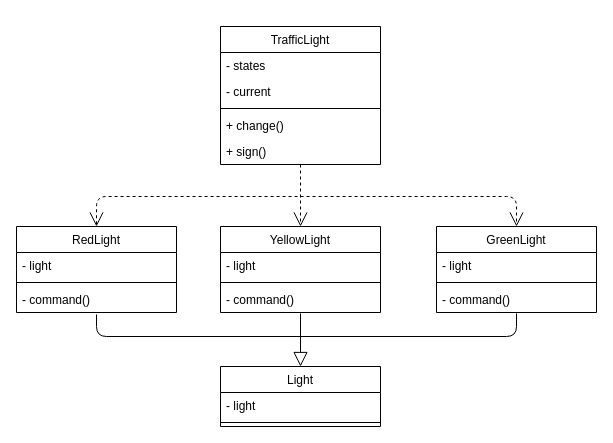
Earlier version of the draw.io diagram page "State" (15 of 20) of UML Diagrams.drawio (victor2996/Patterns). Source tidied: cells renumbered, new cells numbered last; positions are measured from the earlier drawing's top-left corner, leaving out a move shared by most shapes. Both pictures are drawn from the tidied source at 100%, with x=0, y=0 at pixel (16, 26).
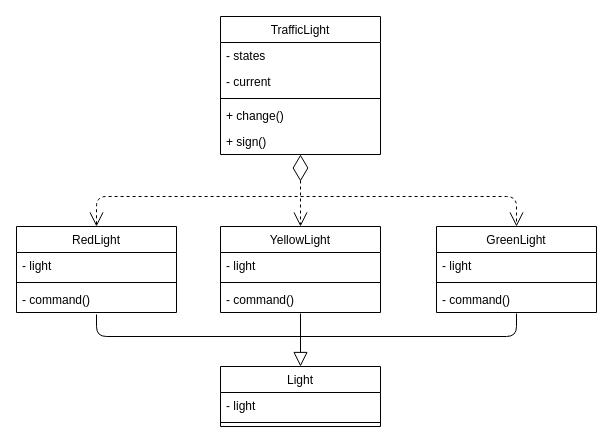
After the change.

Unchanged cells that the change refers to:
```xml
<mxCell id="7" value="+ sign()" style="text;strokeColor=none;fillColor=none;align=left;verticalAlign=top;spacingLeft=4;spacingRight=4;overflow=hidden;points=[[0,0.5],[1,0.5]];portConstraint=eastwest;" parent="2" vertex="1">
  <mxGeometry y="112" width="160" height="26" as="geometry" />
</mxCell>
<mxCell id="15" value="YellowLight" style="swimlane;fontStyle=0;align=center;verticalAlign=top;horizontal=1;startSize=26;" parent="1" vertex="1">
  <mxGeometry x="204" y="200" width="160" height="86" as="geometry" />
</mxCell>
```

Diff of the diagram source:
```diff
@@
     <mxCell id="2" value="TrafficLight" style="swimlane;fontStyle=0;align=center;verticalAlign=top;horizontal=1;startSize=26;" parent="1" vertex="1">
-      <mxGeometry x="204" width="160" height="138" as="geometry" />
+      <mxGeometry x="204" y="-10" width="160" height="138" as="geometry" />
     </mxCell>
@@
-    <mxCell id="26" style="endArrow=open;endFill=0;endSize=12;html=1;exitX=0.5;exitY=1;exitDx=0;exitDy=0;exitPerimeter=0;entryX=0.5;entryY=0;entryDx=0;entryDy=0;dashed=1;" parent="1" edge="1" source="7" target="15">
+    <mxCell id="26" style="endArrow=open;endFill=0;endSize=12;html=1;exitX=0.5;exitY=1;exitDx=0;exitDy=0;exitPerimeter=0;entryX=0.5;entryY=0;entryDx=0;entryDy=0;dashed=1;startArrow=diamondThin;startFill=0;jumpSize=6;startSize=24;" parent="1" edge="1" source="7" target="15">
       <mxGeometry relative="1" as="geometry" />
     </mxCell>
```
